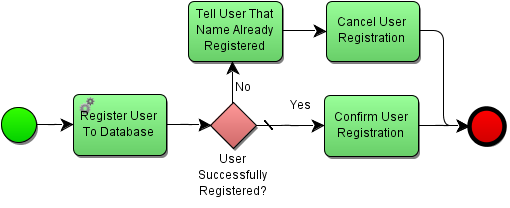
Earlier version of the BPMN export BPMN/RegisterUser.png (bipson/aic1-2). Its source is kept beside it as BPMN/RegisterUser.bpmn. Ids are renumbered.
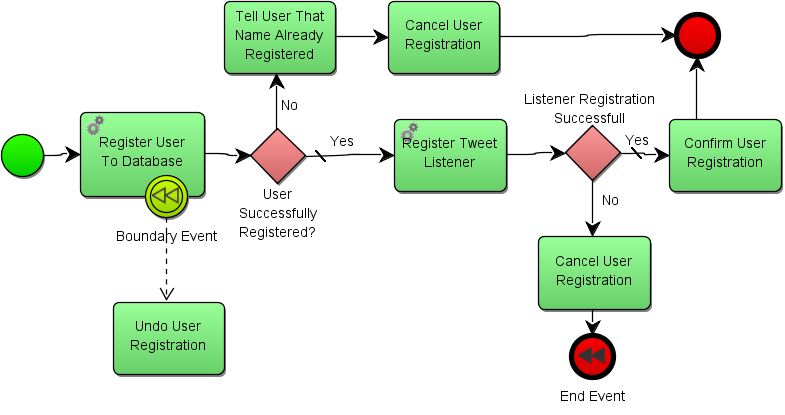
After the commit.

Commit message:
updated user registration

The edit, as a diff of the source:
```diff
@@ -11,21 +11,20 @@
       <outgoing>_6</outgoing>
     </serviceTask>
     <sequenceFlow id="_4" sourceRef="_2" targetRef="_3"/>
-    <exclusiveGateway default="_10" gatewayDirection="Unspecified" id="_5" name="User&#10;Successfully&#10;Registered?">
+    <exclusiveGateway default="_18" gatewayDirection="Unspecified" id="_5" name="User&#10;Successfully&#10;Registered?">
       <incoming>_6</incoming>
-      <outgoing>_10</outgoing>
       <outgoing>_15</outgoing>
+      <outgoing>_18</outgoing>
     </exclusiveGateway>
     <sequenceFlow id="_6" sourceRef="_3" targetRef="_5"/>
     <task completionQuantity="1" id="_7" isForCompensation="false" name="Confirm User&#10;Registration" startQuantity="1">
-      <incoming>_10</incoming>
+      <incoming>_21</incoming>
       <outgoing>_12</outgoing>
     </task>
     <task completionQuantity="1" id="_8" isForCompensation="false" name="Cancel User&#10;Registration" startQuantity="1">
       <incoming>_17</incoming>
       <outgoing>_13</outgoing>
     </task>
-    <sequenceFlow id="_10" name="Yes" sourceRef="_5" targetRef="_7"/>
     <endEvent id="_11" name="End Event">
       <extensionElements>
         <yaoqiang:style noLabel="1"/>
@@ -34,13 +33,41 @@
       <incoming>_13</incoming>
     </endEvent>
     <sequenceFlow id="_12" sourceRef="_7" targetRef="_11"/>
-    <sequenceFlow id="_13" sourceRef="_8" targetRef="_11"/>
     <task completionQuantity="1" id="_14" isForCompensation="false" name="Tell User That&#10;Name Already&#10;Registered" startQuantity="1">
       <incoming>_15</incoming>
       <outgoing>_17</outgoing>
     </task>
     <sequenceFlow id="_15" name="No" sourceRef="_5" targetRef="_14"/>
     <sequenceFlow id="_17" sourceRef="_14" targetRef="_8"/>
+    <serviceTask completionQuantity="1" id="_9" implementation="##WebService" isForCompensation="false" name="Register Tweet&#10;Listener" startQuantity="1">
+      <incoming>_18</incoming>
+      <outgoing>_20</outgoing>
+    </serviceTask>
+    <sequenceFlow id="_13" sourceRef="_8" targetRef="_11"/>
+    <sequenceFlow id="_18" name="Yes" sourceRef="_5" targetRef="_9"/>
+    <exclusiveGateway default="_21" gatewayDirection="Unspecified" id="_19" name="Listener Registration&#10;Successfull">
+      <outgoing>_32</outgoing>
+    </exclusiveGateway>
+    <sequenceFlow id="_20" sourceRef="_9" targetRef="_19"/>
+    <sequenceFlow id="_21" name="Yes" sourceRef="_19" targetRef="_7"/>
+    <endEvent id="_24" name="End Event">
+      <incoming>_33</incoming>
+      <compensateEventDefinition id="_24_ED_1" waitForCompletion="true"/>
+    </endEvent>
+    <boundaryEvent attachedToRef="_3" cancelActivity="true" id="_28" name="Boundary Event" parallelMultiple="false">
+      <outgoing>_30</outgoing>
+      <compensateEventDefinition id="_28_ED_1" waitForCompletion="true"/>
+    </boundaryEvent>
+    <task completionQuantity="1" id="_29" isForCompensation="false" name="Undo User&#10;Registration" startQuantity="1">
+      <incoming>_30</incoming>
+    </task>
+    <sequenceFlow id="_30" sourceRef="_28" targetRef="_29"/>
+    <task completionQuantity="1" id="_31" isForCompensation="false" name="Cancel User&#10;Registration" startQuantity="1">
+      <incoming>_32</incoming>
+      <outgoing>_33</outgoing>
+    </task>
+    <sequenceFlow id="_32" name="No" sourceRef="_19" targetRef="_31"/>
+    <sequenceFlow id="_33" sourceRef="_31" targetRef="_24"/>
   </process>
   <bpmndi:BPMNDiagram documentation="background=#FFFFFF;count=1;horizontalcount=1;orientation=0;width=597.6;height=842.4;imageableWidth=587.6;imageableHeight=832.4;imageableX=5.0;imageableY=5.0" id="Yaoqiang_Diagram-_1" name="RegisterUser">
     <bpmndi:BPMNPlane bpmnElement="PROCESS_1">
@@ -51,9 +78,9 @@
         </bpmndi:BPMNLabel>
       </bpmndi:BPMNShape>
       <bpmndi:BPMNShape bpmnElement="_3" id="Yaoqiang-_3">
-        <dc:Bounds height="55.0" width="85.0" x="55.0" y="320.0"/>
+        <dc:Bounds height="64.0" width="95.0" x="50.0" y="315.0"/>
         <bpmndi:BPMNLabel>
-          <dc:Bounds height="55.0" width="85.0" x="0.0" y="0.0"/>
+          <dc:Bounds height="64.0" width="95.0" x="0.0" y="0.0"/>
         </bpmndi:BPMNLabel>
       </bpmndi:BPMNShape>
       <bpmndi:BPMNShape bpmnElement="_5" id="Yaoqiang-_5" isMarkerVisible="false">
@@ -63,75 +90,146 @@
         </bpmndi:BPMNLabel>
       </bpmndi:BPMNShape>
       <bpmndi:BPMNShape bpmnElement="_7" id="Yaoqiang-_7">
-        <dc:Bounds height="55.0" width="85.0" x="284.0" y="321.0"/>
+        <dc:Bounds height="55.0" width="85.0" x="500.0" y="320.0"/>
         <bpmndi:BPMNLabel>
           <dc:Bounds height="55.0" width="85.0" x="0.0" y="0.0"/>
         </bpmndi:BPMNLabel>
       </bpmndi:BPMNShape>
       <bpmndi:BPMNShape bpmnElement="_8" id="Yaoqiang-_8">
-        <dc:Bounds height="55.0" width="85.0" x="285.0" y="235.0"/>
+        <dc:Bounds height="55.0" width="85.0" x="285.0" y="230.0"/>
         <bpmndi:BPMNLabel>
           <dc:Bounds height="55.0" width="85.0" x="0.0" y="0.0"/>
         </bpmndi:BPMNLabel>
       </bpmndi:BPMNShape>
       <bpmndi:BPMNShape bpmnElement="_11" id="Yaoqiang-_11">
-        <dc:Bounds height="32.0" width="32.0" x="415.0" y="333.0"/>
+        <dc:Bounds height="32.0" width="32.0" x="505.0" y="240.0"/>
         <bpmndi:BPMNLabel>
           <dc:Bounds height="32.0" width="32.0" x="0.0" y="0.0"/>
         </bpmndi:BPMNLabel>
       </bpmndi:BPMNShape>
       <bpmndi:BPMNShape bpmnElement="_14" id="Yaoqiang-_14">
-        <dc:Bounds height="55.0" width="85.0" x="160.0" y="235.0"/>
+        <dc:Bounds height="55.0" width="85.0" x="160.0" y="230.0"/>
         <bpmndi:BPMNLabel>
           <dc:Bounds height="55.0" width="85.0" x="0.0" y="0.0"/>
         </bpmndi:BPMNLabel>
       </bpmndi:BPMNShape>
+      <bpmndi:BPMNShape bpmnElement="_9" id="Yaoqiang-_9">
+        <dc:Bounds height="55.0" width="85.0" x="290.0" y="320.0"/>
+        <bpmndi:BPMNLabel>
+          <dc:Bounds height="55.0" width="85.0" x="0.0" y="0.0"/>
+        </bpmndi:BPMNLabel>
+      </bpmndi:BPMNShape>
+      <bpmndi:BPMNShape bpmnElement="_19" id="Yaoqiang-_19" isMarkerVisible="false">
+        <dc:Bounds height="42.0" width="42.0" x="420.0" y="325.0"/>
+        <bpmndi:BPMNLabel>
+          <dc:Bounds height="42.0" width="42.0" x="-2.0" y="-70.0"/>
+        </bpmndi:BPMNLabel>
+      </bpmndi:BPMNShape>
+      <bpmndi:BPMNShape bpmnElement="_24" id="Yaoqiang-_24">
+        <dc:Bounds height="32.0" width="32.0" x="425.0" y="485.0"/>
+        <bpmndi:BPMNLabel>
+          <dc:Bounds height="32.0" width="32.0" x="0.0" y="0.0"/>
+        </bpmndi:BPMNLabel>
+      </bpmndi:BPMNShape>
+      <bpmndi:BPMNShape bpmnElement="_29" id="Yaoqiang-_29">
+        <dc:Bounds height="55.0" width="85.0" x="75.0" y="460.0"/>
+        <bpmndi:BPMNLabel>
+          <dc:Bounds height="55.0" width="85.0" x="0.0" y="0.0"/>
+        </bpmndi:BPMNLabel>
+      </bpmndi:BPMNShape>
+      <bpmndi:BPMNShape bpmnElement="_31" id="Yaoqiang-_31">
+        <dc:Bounds height="55.0" width="85.0" x="400.0" y="410.0"/>
+        <bpmndi:BPMNLabel>
+          <dc:Bounds height="55.0" width="85.0" x="0.0" y="0.0"/>
+        </bpmndi:BPMNLabel>
+      </bpmndi:BPMNShape>
+      <bpmndi:BPMNShape bpmnElement="_28" id="Yaoqiang-_28">
+        <dc:Bounds height="32.0" width="32.0" x="100.0" y="363.0"/>
+        <bpmndi:BPMNLabel>
+          <dc:Bounds height="0.0" width="1.0" x="50.0" y="-16.0"/>
+        </bpmndi:BPMNLabel>
+      </bpmndi:BPMNShape>
+      <bpmndi:BPMNEdge bpmnElement="_18" id="Yaoqiang-_18" sourceElement="_5" targetElement="_9">
+        <di:waypoint x="221.63757185070557" y="348.0"/>
+        <di:waypoint x="289.7660454769549" y="347.49999999999994"/>
+        <bpmndi:BPMNLabel>
+          <dc:Bounds height="0.0" width="-6.0" x="0.0" y="8.0"/>
+        </bpmndi:BPMNLabel>
+      </bpmndi:BPMNEdge>
       <bpmndi:BPMNEdge bpmnElement="_17" id="Yaoqiang-_17" sourceElement="_14" targetElement="_8">
-        <di:waypoint x="245.409090909091" y="262.5"/>
-        <di:waypoint x="285.409090909091" y="262.5"/>
+        <di:waypoint x="244.7184124811339" y="257.5"/>
+        <di:waypoint x="285.1849302570409" y="257.5"/>
         <bpmndi:BPMNLabel>
           <dc:Bounds height="0.0" width="0.0" x="0.0" y="0.0"/>
         </bpmndi:BPMNLabel>
       </bpmndi:BPMNEdge>
       <bpmndi:BPMNEdge bpmnElement="_15" id="Yaoqiang-_15" sourceElement="_5" targetElement="_14">
-        <di:waypoint x="200.0" y="328.1363636363637"/>
+        <di:waypoint x="200.0" y="327.9945447298773"/>
         <di:waypoint x="200.0" y="310.0"/>
-        <di:waypoint x="200.0" y="290.0"/>
+        <di:waypoint x="200.0" y="285.1849302570409"/>
         <bpmndi:BPMNLabel>
           <dc:Bounds height="6.0" width="0.0" x="0.0" y="-10.0"/>
         </bpmndi:BPMNLabel>
       </bpmndi:BPMNEdge>
       <bpmndi:BPMNEdge bpmnElement="_13" id="Yaoqiang-_13" sourceElement="_8" targetElement="_11">
-        <di:waypoint x="369.9545454545455" y="262.5"/>
-        <di:waypoint x="415.40933642164754" y="349.0"/>
+        <di:waypoint x="369.93556182544984" y="257.5"/>
+        <di:waypoint x="505.07937482794455" y="256.0"/>
         <bpmndi:BPMNLabel>
           <dc:Bounds height="0.0" width="0.0" x="0.0" y="0.0"/>
         </bpmndi:BPMNLabel>
       </bpmndi:BPMNEdge>
       <bpmndi:BPMNEdge bpmnElement="_12" id="Yaoqiang-_12" sourceElement="_7" targetElement="_11">
-        <di:waypoint x="369.0454545454546" y="348.5"/>
-        <di:waypoint x="415.40933642164754" y="349.0"/>
+        <di:waypoint x="521.0" y="320.3068136097149"/>
+        <di:waypoint x="521.0" y="272.2047100773346"/>
         <bpmndi:BPMNLabel>
           <dc:Bounds height="0.0" width="0.0" x="0.0" y="0.0"/>
         </bpmndi:BPMNLabel>
       </bpmndi:BPMNEdge>
-      <bpmndi:BPMNEdge bpmnElement="_10" id="Yaoqiang-_10" sourceElement="_5" targetElement="_7">
-        <di:waypoint x="221.59090909090924" y="348.00000000000006"/>
-        <di:waypoint x="283.5909090909092" y="348.5"/>
-        <bpmndi:BPMNLabel>
-          <dc:Bounds height="-8.0" width="10.0" x="0.0" y="8.0"/>
-        </bpmndi:BPMNLabel>
-      </bpmndi:BPMNEdge>
       <bpmndi:BPMNEdge bpmnElement="_6" id="Yaoqiang-_6" sourceElement="_3" targetElement="_5">
-        <di:waypoint x="139.95454545454555" y="347.5"/>
-        <di:waypoint x="180.13636363636365" y="348.00000000000006"/>
+        <di:waypoint x="144.69739684634493" y="347.0"/>
+        <di:waypoint x="179.99454472987728" y="348.0"/>
         <bpmndi:BPMNLabel>
           <dc:Bounds height="0.0" width="0.0" x="0.0" y="0.0"/>
         </bpmndi:BPMNLabel>
       </bpmndi:BPMNEdge>
       <bpmndi:BPMNEdge bpmnElement="_4" id="Yaoqiang-_4" sourceElement="_2" targetElement="_3">
-        <di:waypoint x="21.77038943861784" y="348.00000000000006"/>
-        <di:waypoint x="55.409090909091006" y="347.5"/>
+        <di:waypoint x="21.769475367700764" y="348.0"/>
+        <di:waypoint x="50.02101563478897" y="347.0"/>
+        <bpmndi:BPMNLabel>
+          <dc:Bounds height="0.0" width="0.0" x="0.0" y="0.0"/>
+        </bpmndi:BPMNLabel>
+      </bpmndi:BPMNEdge>
+      <bpmndi:BPMNEdge bpmnElement="_21" id="Yaoqiang-_21" sourceElement="_19" targetElement="_7">
+        <di:waypoint x="462.2060923479502" y="346.0"/>
+        <di:waypoint x="499.73382638967985" y="347.49999999999994"/>
+        <bpmndi:BPMNLabel>
+          <dc:Bounds height="-7.0" width="-12.0" x="0.0" y="6.0"/>
+        </bpmndi:BPMNLabel>
+      </bpmndi:BPMNEdge>
+      <bpmndi:BPMNEdge bpmnElement="_20" id="Yaoqiang-_20" sourceElement="_9" targetElement="_19">
+        <di:waypoint x="375.28019624868284" y="347.49999999999994"/>
+        <di:waypoint x="420.4431223236025" y="346.0"/>
+        <bpmndi:BPMNLabel>
+          <dc:Bounds height="0.0" width="0.0" x="0.0" y="0.0"/>
+        </bpmndi:BPMNLabel>
+      </bpmndi:BPMNEdge>
+      <bpmndi:BPMNEdge bpmnElement="_33" id="Yaoqiang-_33" sourceElement="_31" targetElement="_24">
+        <di:waypoint x="440.99999999999994" y="465.37546224032485"/>
+        <di:waypoint x="440.99999999999994" y="485.2270633855304"/>
+        <bpmndi:BPMNLabel>
+          <dc:Bounds height="0.0" width="0.0" x="0.0" y="0.0"/>
+        </bpmndi:BPMNLabel>
+      </bpmndi:BPMNEdge>
+      <bpmndi:BPMNEdge bpmnElement="_32" id="Yaoqiang-_32" sourceElement="_19" targetElement="_31">
+        <di:waypoint x="441.0" y="366.55687767639756"/>
+        <di:waypoint x="441.0" y="409.63856039803784"/>
+        <bpmndi:BPMNLabel>
+          <dc:Bounds height="-3.0" width="0.0" x="0.0" y="14.0"/>
+        </bpmndi:BPMNLabel>
+      </bpmndi:BPMNEdge>
+      <bpmndi:BPMNEdge bpmnElement="_30" id="Yaoqiang-_30" sourceElement="_28" targetElement="_29">
+        <di:waypoint x="115.99999999999997" y="395.1285747655564"/>
+        <di:waypoint x="115.99999999999997" y="460.03082781709185"/>
         <bpmndi:BPMNLabel>
           <dc:Bounds height="0.0" width="0.0" x="0.0" y="0.0"/>
         </bpmndi:BPMNLabel>
```
